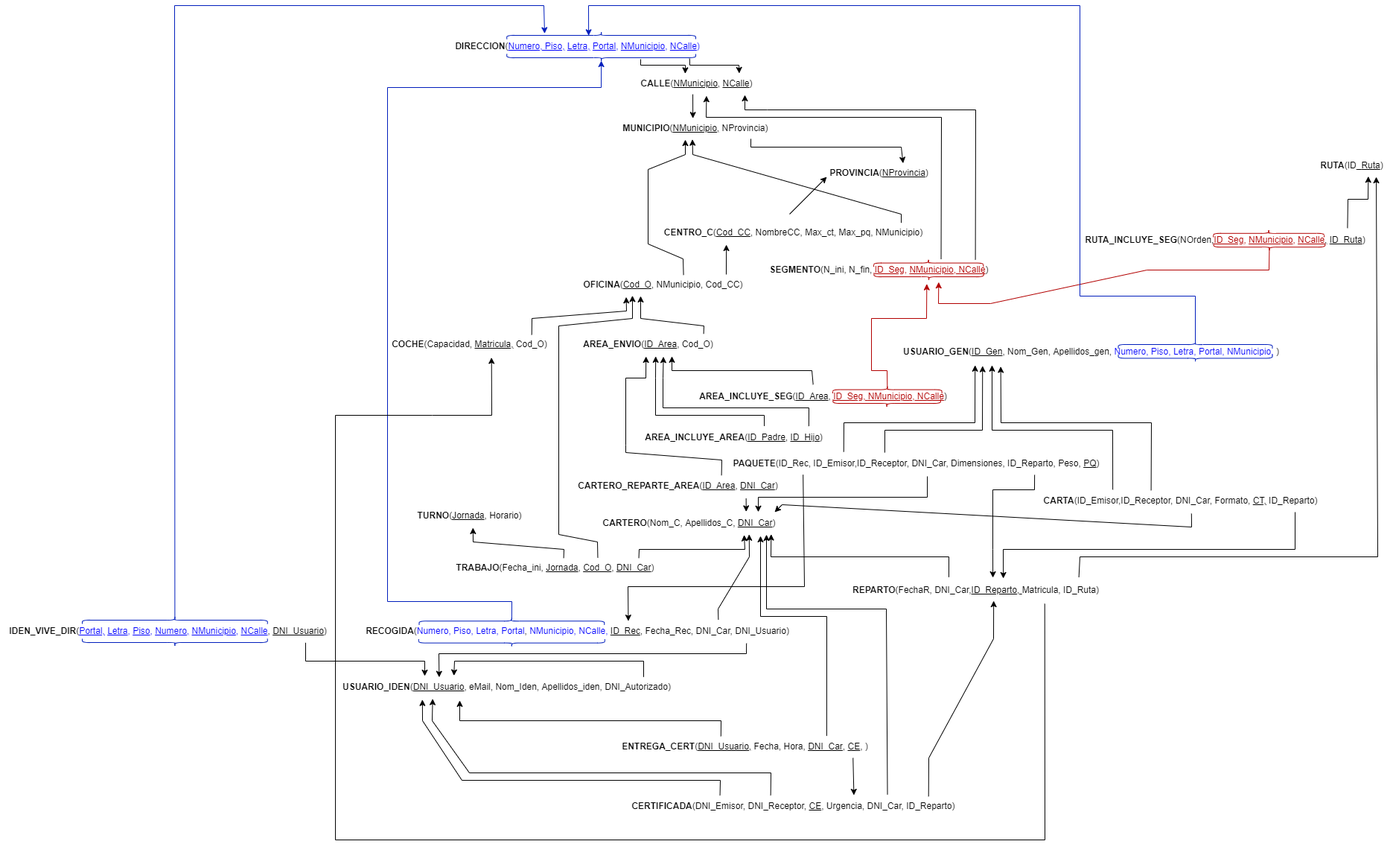
Earlier version of the draw.io export Hito1/Modelo relacional.drawio.png (ErYavi/BBDD22). Source tidied: cells renumbered, new cells last; positions are measured from the earlier drawing's top-left corner, leaving out a move shared by most shapes.
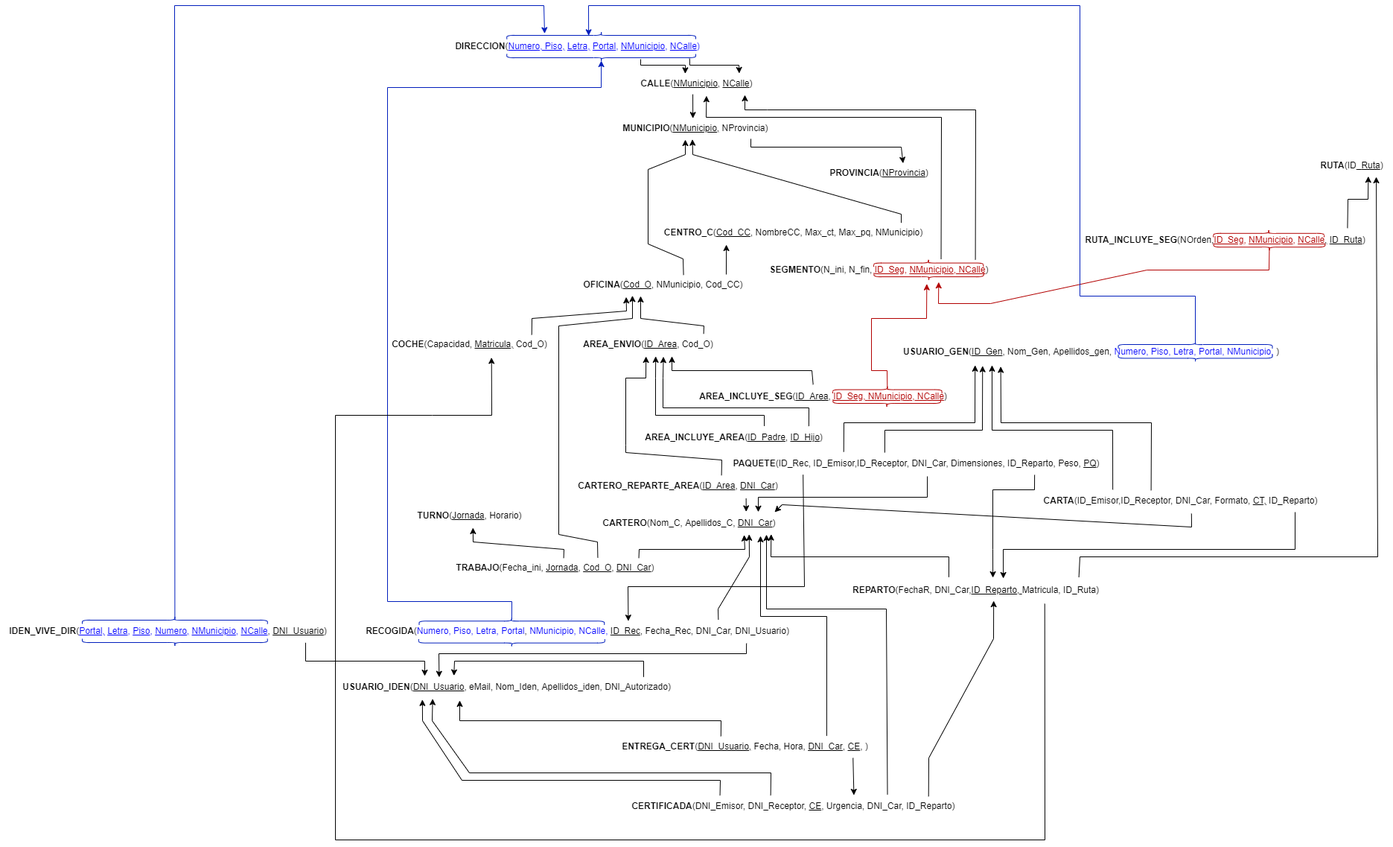
The same file after the commit.

The edit, as a diff of the source:
```diff
@@ -507,12 +507,6 @@
     <mxCell id="88" style="shape=curlyBracket;whiteSpace=wrap;html=1;rounded=1;flipH=1;labelPosition=right;verticalLabelPosition=middle;align=left;verticalAlign=middle;fontColor=#ffffff;rotation=-90;fillColor=#e51400;strokeColor=#B20000;" parent="1" vertex="1">
       <mxGeometry x="1186.3" y="529.3" width="10" height="146.6" as="geometry" />
     </mxCell>
-    <mxCell id="89" style="endArrow=classic;html=1;rounded=0;strokeColor=#000000;fontColor=#B20000;" parent="1" edge="1">
-      <mxGeometry relative="1" as="geometry">
-        <mxPoint x="1060" y="367" as="sourcePoint" />
-        <mxPoint x="1110" y="317" as="targetPoint" />
-      </mxGeometry>
-    </mxCell>
     <mxCell id="90" style="endArrow=classic;html=1;rounded=0;strokeColor=#000000;fontColor=#B20000;exitX=0.761;exitY=0.011;exitDx=0;exitDy=0;exitPerimeter=0;entryX=0.579;entryY=1.039;entryDx=0;entryDy=0;entryPerimeter=0;" parent="1" edge="1" source="13" target="3">
       <mxGeometry relative="1" as="geometry">
         <Array as="points">
```
